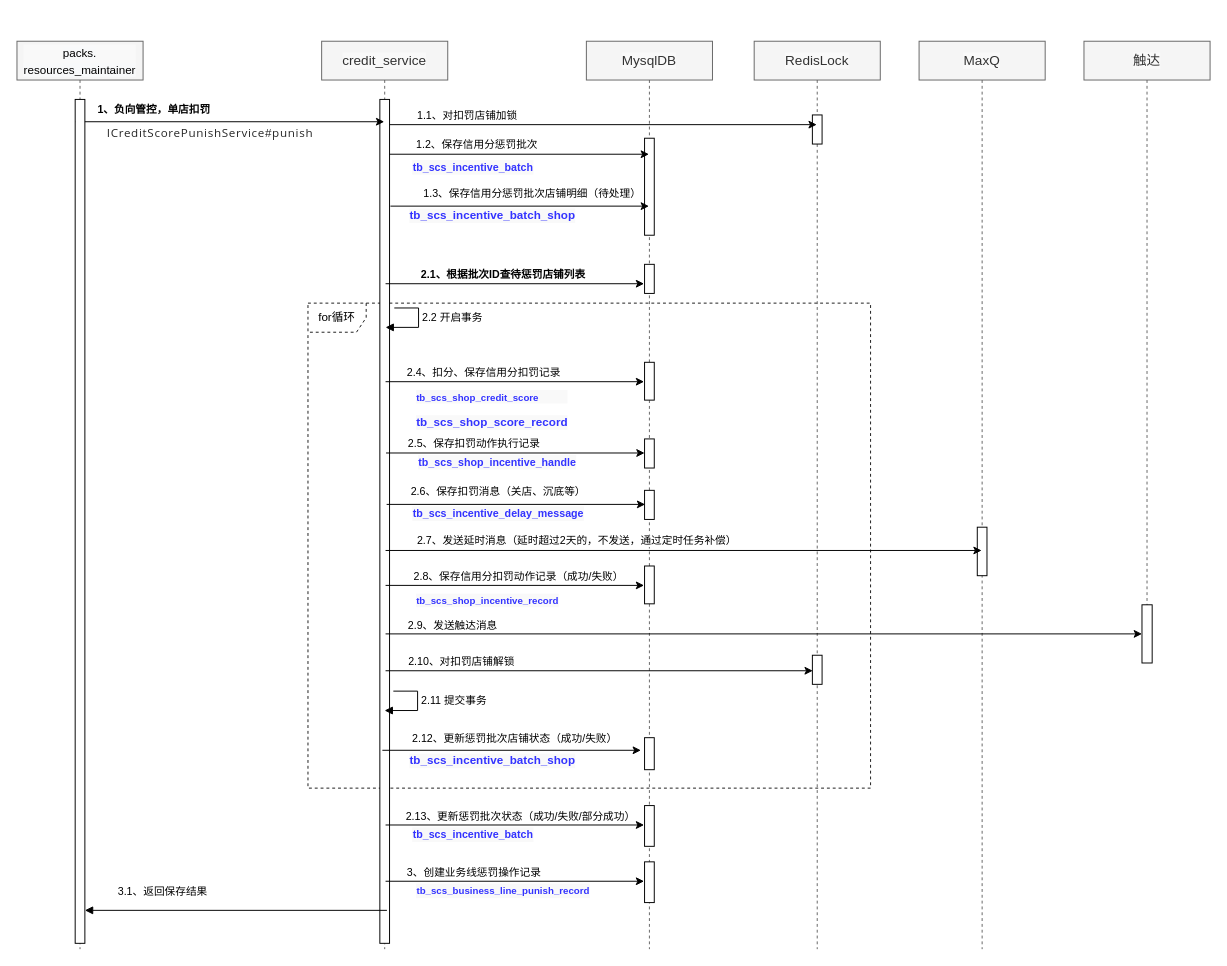
The draw.io diagram page "单个扣罚（SOA）流程" (5 of 6) of 信用分架构.drawio in jon-kong/draw.io, before the edit. Source tidied: cells renumbered, new cells numbered last; positions are measured from the earlier drawing's top-left corner, leaving out a move shared by most shapes. Both pictures are drawn from the tidied source at 97%, with x=0, y=0 at pixel (16, 41).
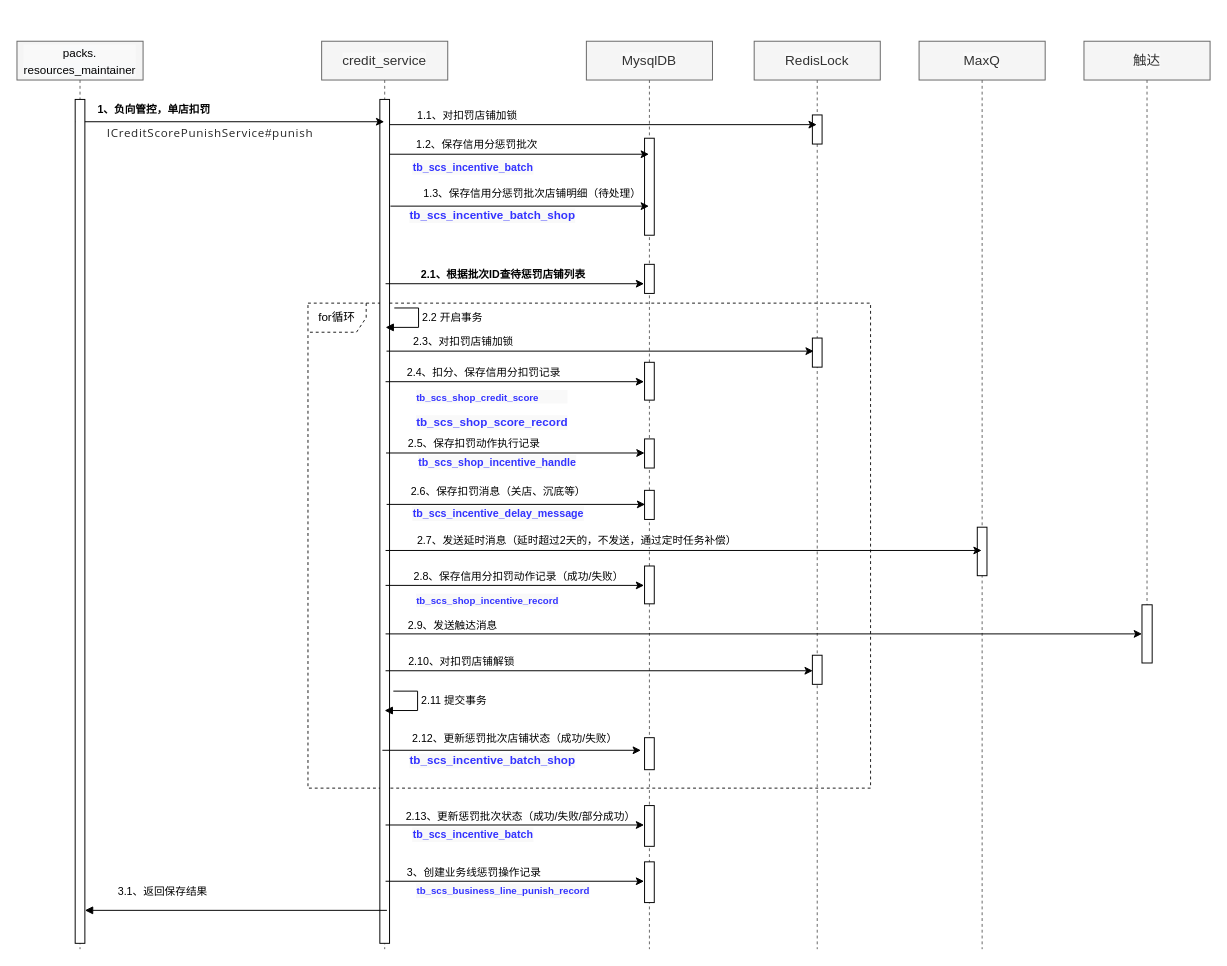
The same diagram, later.

Unchanged cells that the change refers to:
```xml
<mxCell id="28" value="&lt;pre style=&quot;background-color: rgb(249 , 249 , 249) ; font-family: &amp;#34;fira code retina&amp;#34; ; font-size: 10.5pt&quot;&gt;RedisLock&lt;/pre&gt;" style="shape=umlLifeline;perimeter=lifelinePerimeter;whiteSpace=wrap;html=1;fillColor=#f5f5f5;strokeColor=#666666;fontColor=#333333;" parent="1" vertex="1">
  <mxGeometry x="760" width="130" height="936" as="geometry" />
</mxCell>
```

What changed in the source:
```diff
@@
+    <mxCell id="68" style="html=1;perimeter=orthogonalPerimeter;" parent="28" vertex="1">
+      <mxGeometry x="60" y="306" width="10" height="30" as="geometry" />
+    </mxCell>
@@
+    <mxCell id="69" style="rounded=0;orthogonalLoop=1;jettySize=auto;html=1;exitX=0.59;exitY=0.25;exitDx=0;exitDy=0;exitPerimeter=0;" parent="1" edge="1">
+      <mxGeometry relative="1" as="geometry">
+        <mxPoint x="381" y="319.5" as="sourcePoint" />
+        <mxPoint x="821.4" y="319.5" as="targetPoint" />
+      </mxGeometry>
+    </mxCell>
+    <mxCell id="70" value="2.3、对扣罚店铺加锁" style="edgeLabel;html=1;align=center;verticalAlign=middle;" parent="69" vertex="1">
+      <mxGeometry x="-0.01" y="-14" relative="1" as="geometry">
+        <mxPoint x="-139.1" y="-24" as="offset" />
+      </mxGeometry>
+    </mxCell>
```
